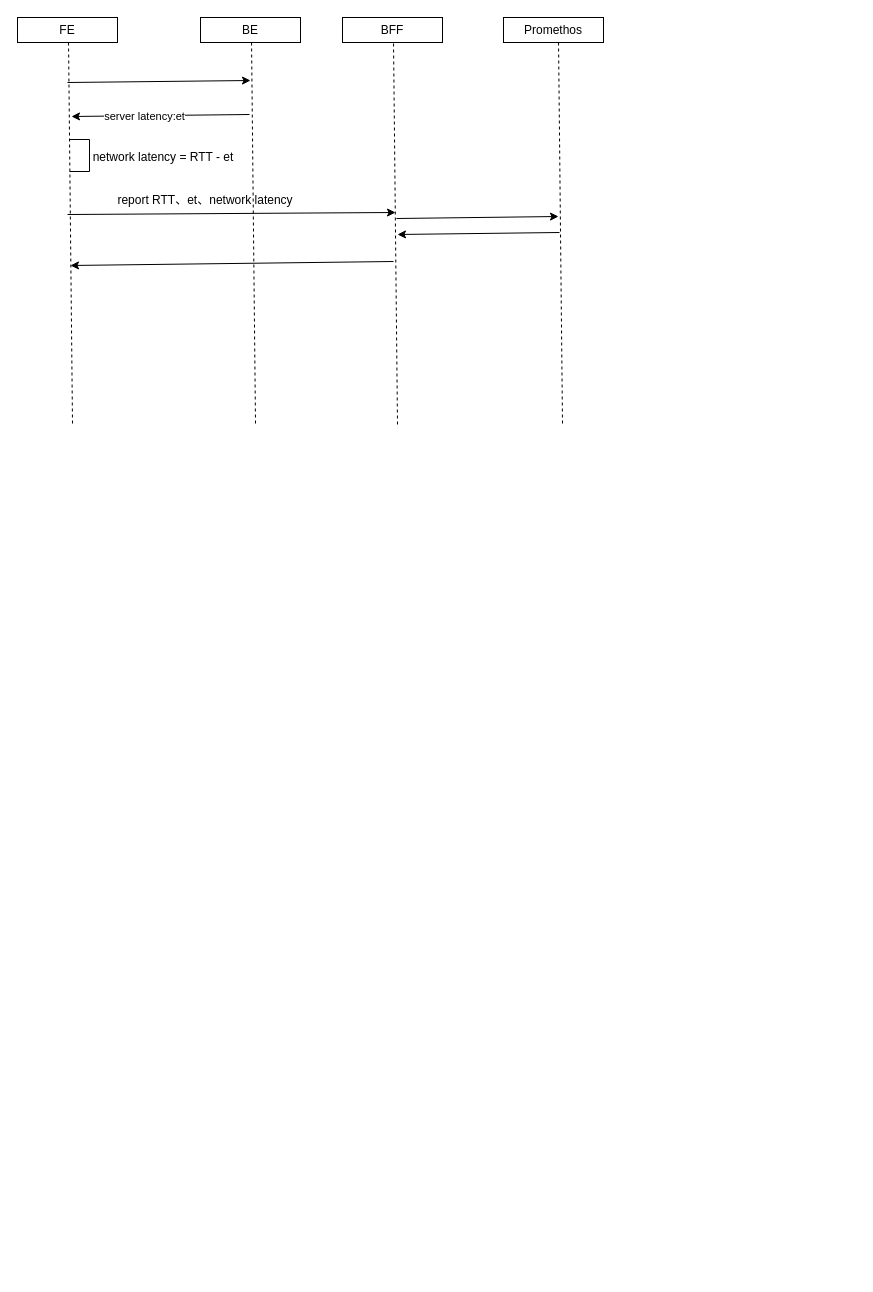
kekobin/axletree keeps this draw.io diagram as network-profession.drawio. Above is the earlier version. Source tidied: cells renumbered, new cells numbered last; positions are measured from the earlier drawing's top-left corner, leaving out a move shared by most shapes. Both pictures are drawn from the tidied source at 100%, with x=0, y=0 at pixel (17, 17).
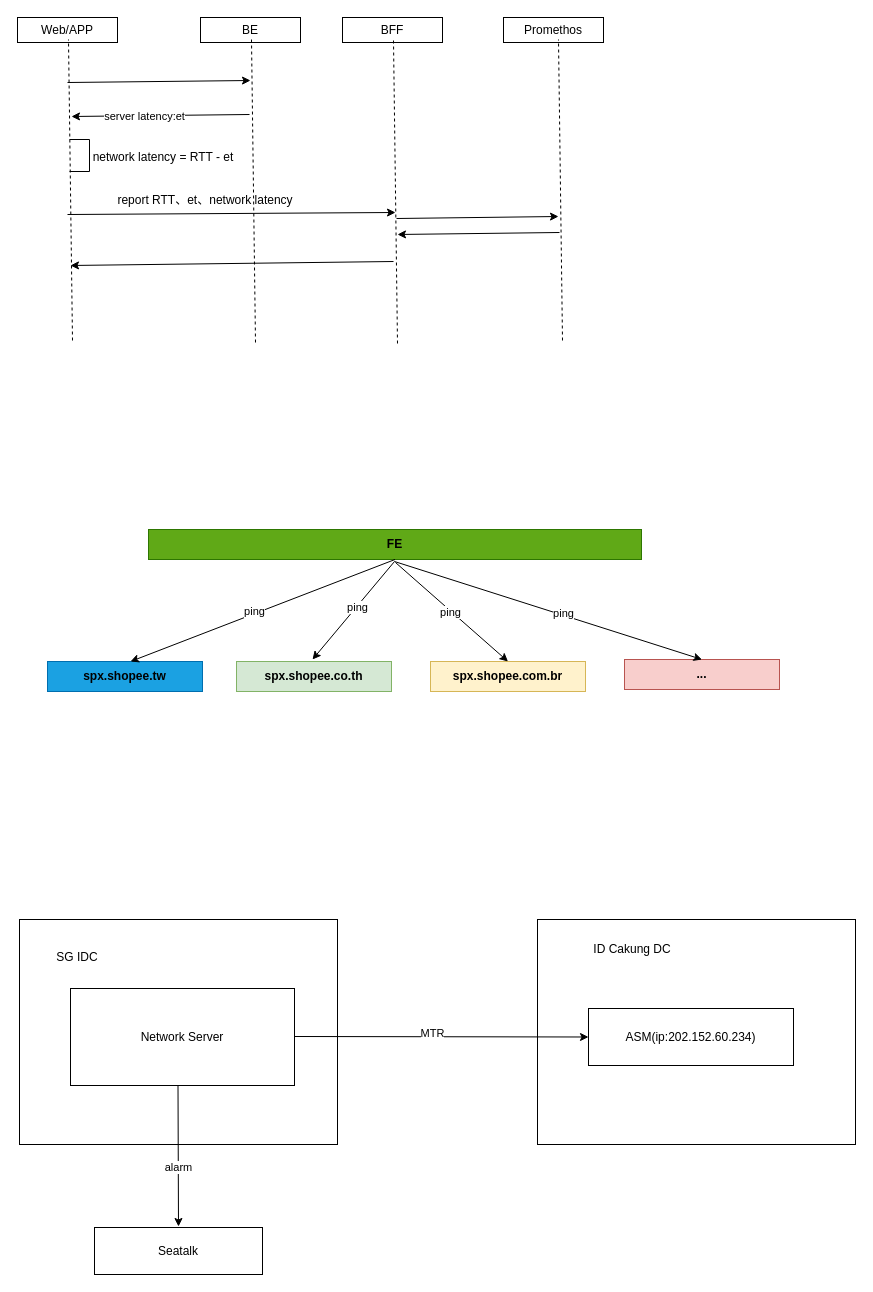
The same page after the edit.

The edit, as a diff of the source:
```diff
@@
-    <mxCell id="2" value="FE" style="rounded=0;whiteSpace=wrap;html=1;" parent="1" vertex="1">
+    <mxCell id="2" value="Web/APP" style="rounded=0;whiteSpace=wrap;html=1;" parent="1" vertex="1">
       <mxGeometry width="100" height="25" as="geometry" />
     </mxCell>
@@
     <mxCell id="6" style="endArrow=none;dashed=1;html=1;rounded=0;" parent="1" edge="1">
       <mxGeometry relative="1" as="geometry">
-        <mxPoint x="55" y="406" as="sourcePoint" />
+        <mxPoint x="55" y="323" as="sourcePoint" />
         <mxPoint x="51" y="22" as="targetPoint" />
       </mxGeometry>
     </mxCell>
     <mxCell id="7" style="endArrow=none;dashed=1;html=1;rounded=0;" parent="1" edge="1">
       <mxGeometry relative="1" as="geometry">
-        <mxPoint x="545" y="406" as="sourcePoint" />
+        <mxPoint x="545" y="323" as="sourcePoint" />
         <mxPoint x="541" y="22" as="targetPoint" />
       </mxGeometry>
     </mxCell>
     <mxCell id="8" style="endArrow=none;dashed=1;html=1;rounded=0;" parent="1" edge="1">
       <mxGeometry relative="1" as="geometry">
-        <mxPoint x="380" y="407" as="sourcePoint" />
+        <mxPoint x="380" y="326" as="sourcePoint" />
         <mxPoint x="376" y="23" as="targetPoint" />
       </mxGeometry>
     </mxCell>
     <mxCell id="9" style="endArrow=none;dashed=1;html=1;rounded=0;" parent="1" edge="1">
       <mxGeometry relative="1" as="geometry">
-        <mxPoint x="238" y="406" as="sourcePoint" />
+        <mxPoint x="238" y="325" as="sourcePoint" />
         <mxPoint x="234" y="22" as="targetPoint" />
       </mxGeometry>
     </mxCell>
@@
+    <mxCell id="20" value="&lt;b&gt;FE&lt;/b&gt;" style="rounded=0;whiteSpace=wrap;html=1;fillColor=#60a917;strokeColor=#2D7600;fontColor=#000000;" parent="1" vertex="1">
+      <mxGeometry x="131" y="512" width="493" height="30" as="geometry" />
+    </mxCell>
+    <mxCell id="21" value="spx.shopee.tw" style="rounded=0;whiteSpace=wrap;html=1;fillColor=#1ba1e2;fontColor=#000000;strokeColor=#006EAF;fontStyle=1;" parent="1" vertex="1">
+      <mxGeometry x="30" y="644" width="155" height="30" as="geometry" />
+    </mxCell>
+    <mxCell id="22" value="spx.shopee.co.th" style="rounded=0;whiteSpace=wrap;html=1;fillColor=#d5e8d4;strokeColor=#82b366;fontStyle=1;fontColor=#000000;" parent="1" vertex="1">
+      <mxGeometry x="219" y="644" width="155" height="30" as="geometry" />
+    </mxCell>
+    <mxCell id="23" value="spx.shopee.com.br" style="rounded=0;whiteSpace=wrap;html=1;fillColor=#fff2cc;strokeColor=#d6b656;fontStyle=1;" parent="1" vertex="1">
+      <mxGeometry x="413" y="644" width="155" height="30" as="geometry" />
+    </mxCell>
+    <mxCell id="24" value="..." style="rounded=0;whiteSpace=wrap;html=1;fillColor=#f8cecc;strokeColor=#b85450;fontStyle=1;" parent="1" vertex="1">
+      <mxGeometry x="607" y="642" width="155" height="30" as="geometry" />
+    </mxCell>
+    <mxCell id="25" style="endArrow=classic;html=1;rounded=0;exitX=0.5;exitY=1;exitDx=0;exitDy=0;" parent="1" edge="1" source="20">
+      <mxGeometry relative="1" as="geometry">
+        <mxPoint x="113" y="644" as="targetPoint" />
+      </mxGeometry>
+    </mxCell>
+    <mxCell id="26" value="ping" style="edgeLabel;html=1;align=center;verticalAlign=middle;" parent="25" vertex="1">
+      <mxGeometry x="0.06" y="-2" relative="1" as="geometry">
+        <mxPoint y="-1" as="offset" />
+      </mxGeometry>
+    </mxCell>
+    <mxCell id="27" style="endArrow=classic;html=1;rounded=0;" parent="1" edge="1">
+      <mxGeometry relative="1" as="geometry">
+        <mxPoint x="377" y="544" as="sourcePoint" />
+        <mxPoint x="295" y="642" as="targetPoint" />
+      </mxGeometry>
+    </mxCell>
+    <mxCell id="28" value="ping" style="edgeLabel;html=1;align=center;verticalAlign=middle;" parent="27" vertex="1">
+      <mxGeometry x="-0.08" y="1" relative="1" as="geometry" />
+    </mxCell>
+    <mxCell id="29" style="endArrow=classic;html=1;rounded=0;entryX=0.5;entryY=0;entryDx=0;entryDy=0;" parent="1" edge="1" target="23">
+      <mxGeometry relative="1" as="geometry">
+        <mxPoint x="378" y="545" as="sourcePoint" />
+      </mxGeometry>
+    </mxCell>
+    <mxCell id="30" value="ping" style="edgeLabel;html=1;align=center;verticalAlign=middle;" parent="29" vertex="1">
+      <mxGeometry x="-0.02" y="-1" relative="1" as="geometry">
+        <mxPoint y="1" as="offset" />
+      </mxGeometry>
+    </mxCell>
+    <mxCell id="31" style="endArrow=classic;html=1;rounded=0;entryX=0.5;entryY=0;entryDx=0;entryDy=0;" parent="1" edge="1" target="24">
+      <mxGeometry relative="1" as="geometry">
+        <mxPoint x="377" y="544" as="sourcePoint" />
+      </mxGeometry>
+    </mxCell>
+    <mxCell id="32" value="ping" style="edgeLabel;html=1;align=center;verticalAlign=middle;" parent="31" vertex="1">
+      <mxGeometry x="0.09" y="2" relative="1" as="geometry" />
+    </mxCell>
+    <mxCell id="33" style="rounded=0;whiteSpace=wrap;html=1;" parent="1" vertex="1">
+      <mxGeometry x="2" y="902" width="318" height="225" as="geometry" />
+    </mxCell>
+    <mxCell id="34" value="SG IDC" style="text;html=1;strokeColor=none;fillColor=none;align=center;verticalAlign=middle;whiteSpace=wrap;rounded=0;" parent="1" vertex="1">
+      <mxGeometry x="30" y="925" width="60" height="30" as="geometry" />
+    </mxCell>
+    <mxCell id="35" value="Network Server" style="rounded=0;whiteSpace=wrap;html=1;" parent="1" vertex="1">
+      <mxGeometry x="53" y="971" width="224" height="97" as="geometry" />
+    </mxCell>
+    <mxCell id="36" style="rounded=0;whiteSpace=wrap;html=1;" parent="1" vertex="1">
+      <mxGeometry x="520" y="902" width="318" height="225" as="geometry" />
+    </mxCell>
+    <mxCell id="37" value="ID Cakung DC" style="text;html=1;strokeColor=none;fillColor=none;align=center;verticalAlign=middle;whiteSpace=wrap;rounded=0;" parent="1" vertex="1">
+      <mxGeometry x="564" y="918" width="102" height="27" as="geometry" />
+    </mxCell>
+    <mxCell id="38" value="ASM(ip:202.152.60.234)" style="rounded=0;whiteSpace=wrap;html=1;" parent="1" vertex="1">
+      <mxGeometry x="571" y="991" width="205" height="57" as="geometry" />
+    </mxCell>
+    <mxCell id="39" style="endArrow=classic;html=1;rounded=0;entryX=0;entryY=0.5;entryDx=0;entryDy=0;" parent="1" edge="1" target="38">
+      <mxGeometry relative="1" as="geometry">
+        <mxPoint x="277" y="1019" as="sourcePoint" />
+      </mxGeometry>
+    </mxCell>
+    <mxCell id="40" value="MTR" style="edgeLabel;html=1;align=center;verticalAlign=middle;" parent="39" vertex="1">
+      <mxGeometry x="-0.07" y="4" relative="1" as="geometry" />
+    </mxCell>
+    <mxCell id="41" value="Seatalk" style="rounded=0;whiteSpace=wrap;html=1;" parent="1" vertex="1">
+      <mxGeometry x="77" y="1210" width="168" height="47" as="geometry" />
+    </mxCell>
+    <mxCell id="42" style="endArrow=classic;html=1;rounded=0;" parent="1" edge="1">
+      <mxGeometry relative="1" as="geometry">
+        <mxPoint x="160.5" y="1068" as="sourcePoint" />
+        <mxPoint x="161" y="1209" as="targetPoint" />
+      </mxGeometry>
+    </mxCell>
+    <mxCell id="43" value="alarm" style="edgeLabel;html=1;align=center;verticalAlign=middle;" parent="42" vertex="1">
+      <mxGeometry x="0.17" relative="1" as="geometry" />
+    </mxCell>
```
